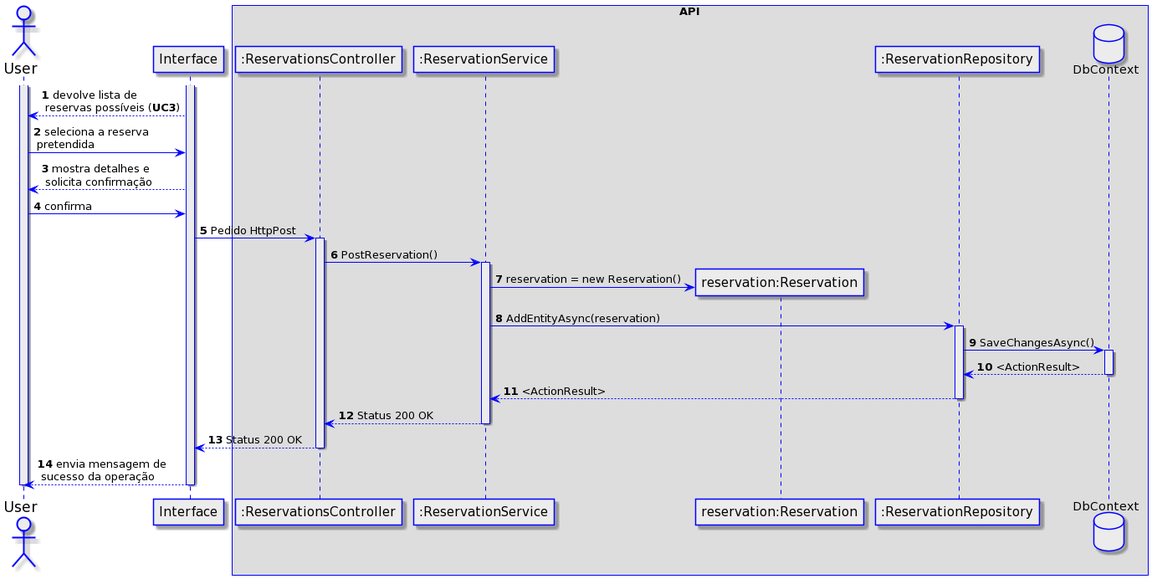
UPskillDOTNET/SapienSoft keeps this PlantUML diagram as Documentos/3_APICentral(iParkMedusa)/UC4/UC4_DS.png. Above is the earlier version.
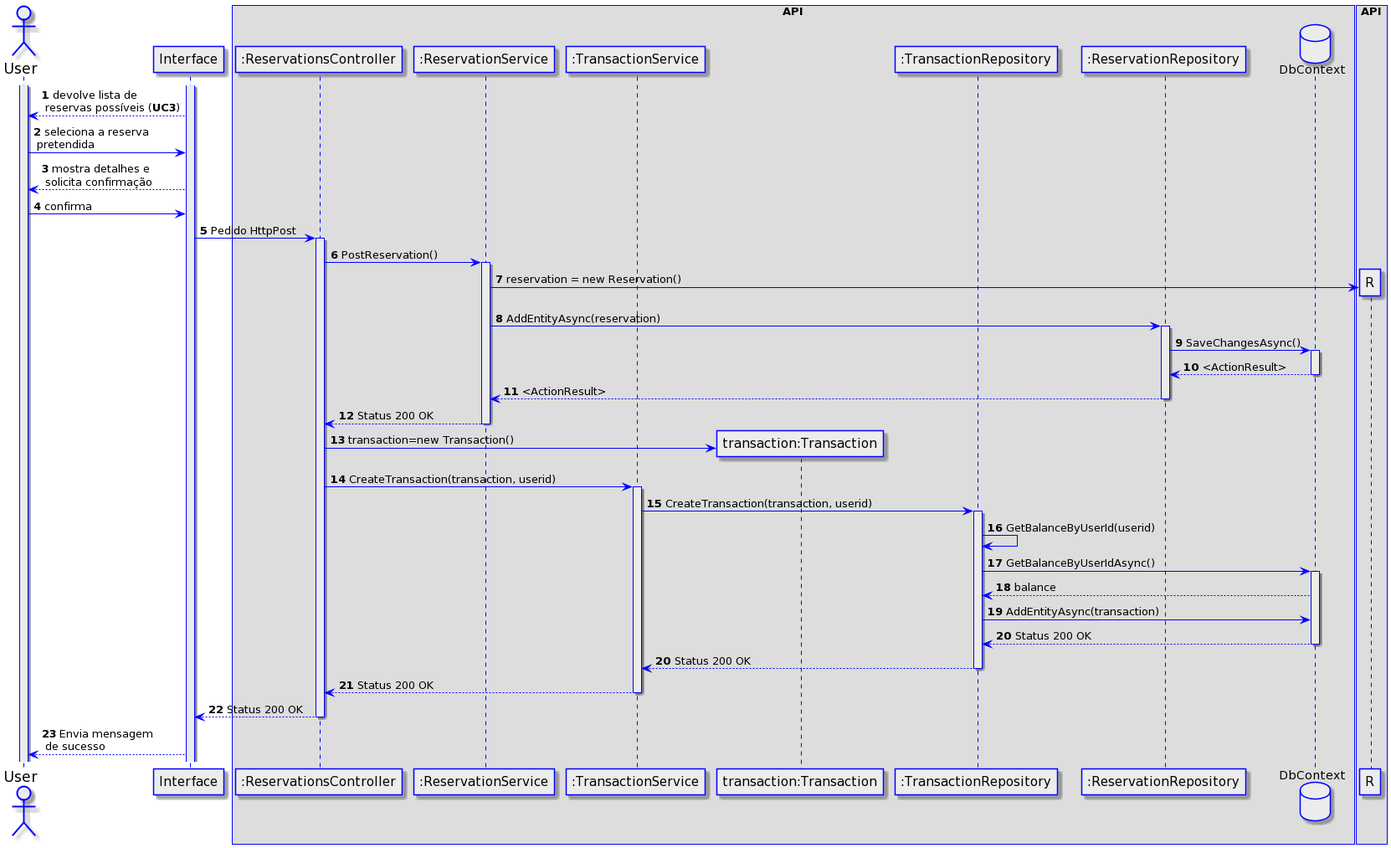
The same file after the commit.

Diff of the diagram source:
```diff
@@ -25,7 +25,9 @@
 box API
 participant ":ReservationsController" as RC
 participant ":ReservationService" as RS
-participant "reservation:Reservation" as R
+participant ":TransactionService" as TS
+participant "transaction:Transaction" as T
+participant ":TransactionRepository" as TR
 participant ":ReservationRepository" as RR
 database DbContext as DB
 end box
@@ -52,10 +54,24 @@
 deactivate RR
 RS --> RC: **12** Status 200 OK
 deactivate RS
-RC --> I: **13** Status 200 OK
+RC -> T**: **13** transaction=new Transaction()
+RC -> TS: **14** CreateTransaction(transaction, userid)
+activate TS
+TS -> TR: **15** CreateTransaction(transaction, userid)
+activate TR
+TR -> TR: **16** GetBalanceByUserId(userid)
+TR -> DB: **17** GetBalanceByUserIdAsync()
+activate DB
+DB --> TR: **18** balance
+TR -> DB: **19** AddEntityAsync(transaction)
+DB --> TR: **20** Status 200 OK
+deactivate DB
+TR --> TS: **20** Status 200 OK
+deactivate TR
+TS --> RC: **21** Status 200 OK
+deactivate TS
+RC --> I: **22** Status 200 OK
+end box
 deactivate RC
-end box
-I --> U: **14** envia mensagem de \n sucesso da operação
-deactivate U
-deactivate I
+I --> U: **23** Envia mensagem \n de sucesso
 @enduml
```
